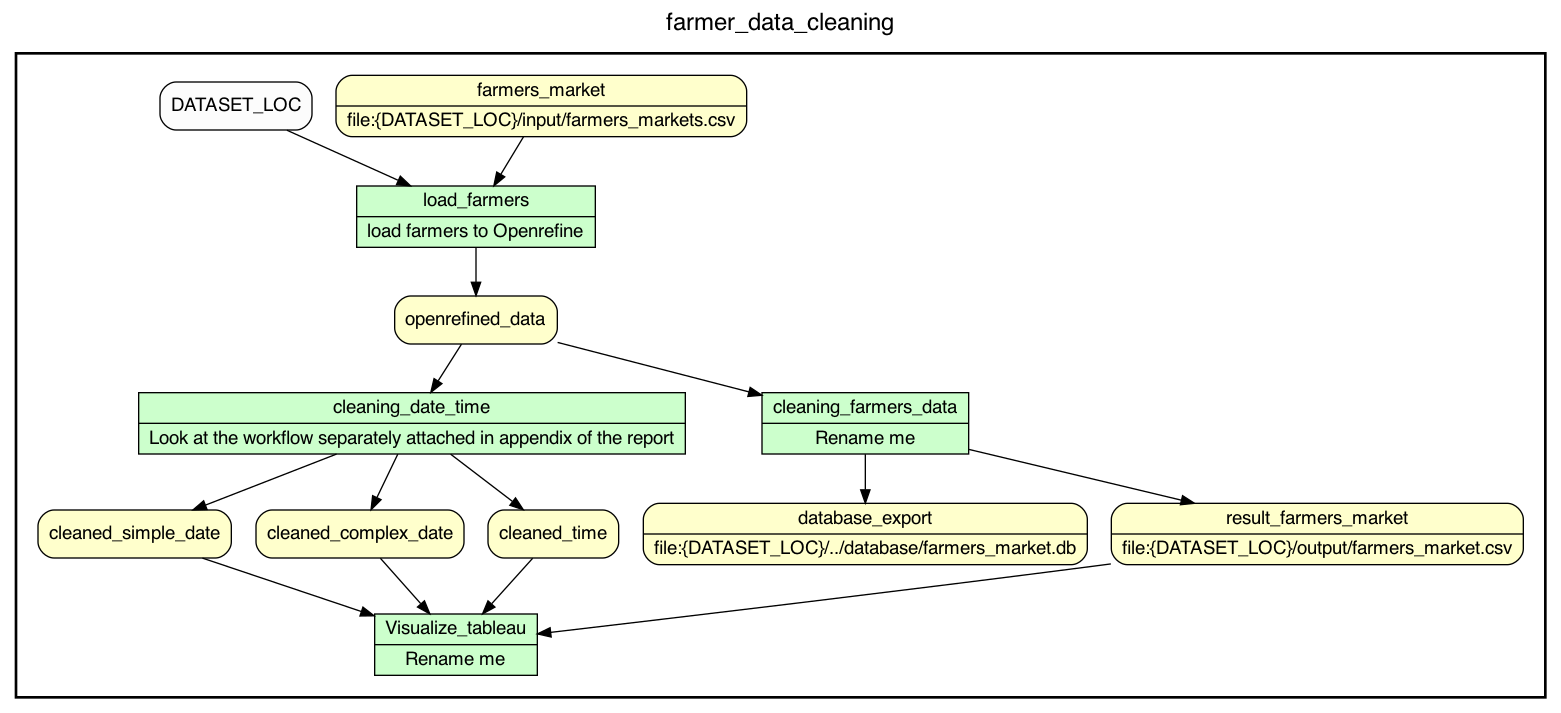
da230896/cs_513_project keeps this Graphviz diagram as provenance/complete_flow.png. Above is the earlier version. Its source is kept beside it as provenance/complete_flow.gv.
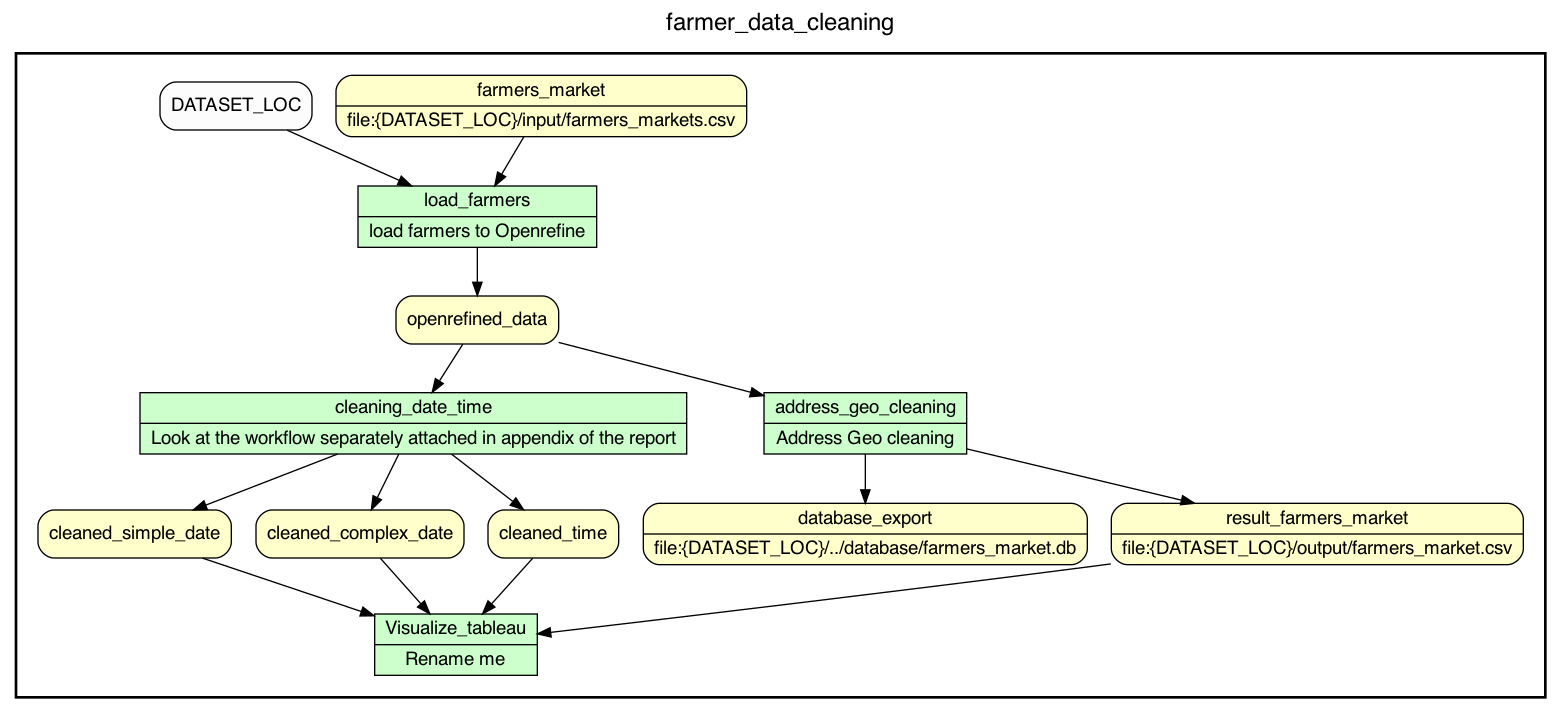
The same diagram one commit later.

The edit, as a diff of the source:
```diff
@@ -16,7 +16,7 @@
 /* Nodes representing atomic programs in workflow */
 load_farmers [shape=record rankdir=LR label="{<f0> load_farmers |<f1> load farmers to Openrefine}"];
 cleaning_date_time [shape=record rankdir=LR label="{<f0> cleaning_date_time |<f1> Look at the workflow separately attached in appendix of the report}"];
-cleaning_farmers_data [shape=record rankdir=LR label="{<f0> cleaning_farmers_data |<f1> Rename me}"];
+address_geo_cleaning [shape=record rankdir=LR label="{<f0> address_geo_cleaning |<f1> Address Geo cleaning}"];
 Visualize_tableau [shape=record rankdir=LR label="{<f0> Visualize_tableau |<f1> Rename me}"];
 
 /* Style for nodes representing non-parameter data channels in workflow */
@@ -44,9 +44,9 @@
 cleaning_date_time -> cleaned_complex_date
 cleaning_date_time -> cleaned_time
 openrefined_data -> cleaning_date_time
-cleaning_farmers_data -> database_export
-cleaning_farmers_data -> result_farmers_market
-openrefined_data -> cleaning_farmers_data
+address_geo_cleaning -> database_export
+address_geo_cleaning -> result_farmers_market
+openrefined_data -> address_geo_cleaning
 result_farmers_market -> Visualize_tableau
 cleaned_simple_date -> Visualize_tableau
 cleaned_complex_date -> Visualize_tableau
```
